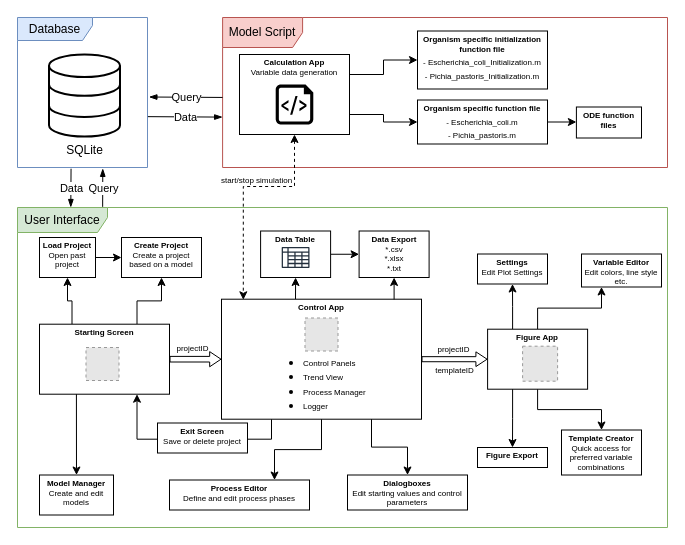
The draw.io diagram Software Structure.drawio in Yumatlab/bioprocesssimulation, before the edit. Source tidied: cells renumbered, new cells numbered last; positions are measured from the earlier drawing's top-left corner, leaving out a move shared by most shapes. Both pictures are drawn from the tidied source at 100%, with x=0, y=0 at pixel (17, 17). Pictures stored in the file or linked from it are replaced by grey dashed boxes.
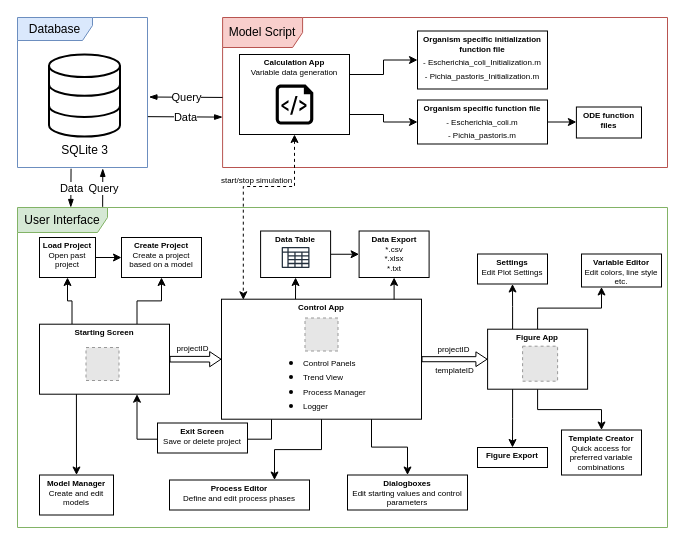
After the change.

What changed in the source:
```diff
@@
-    <mxCell id="13" value="&lt;font style=&quot;font-size: 12px;&quot;&gt;SQLite&lt;/font&gt;" style="html=1;verticalLabelPosition=bottom;align=center;labelBackgroundColor=#ffffff;verticalAlign=top;strokeWidth=2;strokeColor=#000000;shadow=0;dashed=0;shape=mxgraph.ios7.icons.data;fontColor=default;fontSize=8;" parent="1" vertex="1">
+    <mxCell id="13" value="&lt;font style=&quot;font-size: 12px;&quot;&gt;SQLite 3&lt;/font&gt;" style="html=1;verticalLabelPosition=bottom;align=center;labelBackgroundColor=#ffffff;verticalAlign=top;strokeWidth=2;strokeColor=#000000;shadow=0;dashed=0;shape=mxgraph.ios7.icons.data;fontColor=default;fontSize=8;" parent="1" vertex="1">
       <mxGeometry x="31.5" y="37" width="71" height="82" as="geometry" />
     </mxCell>
```
